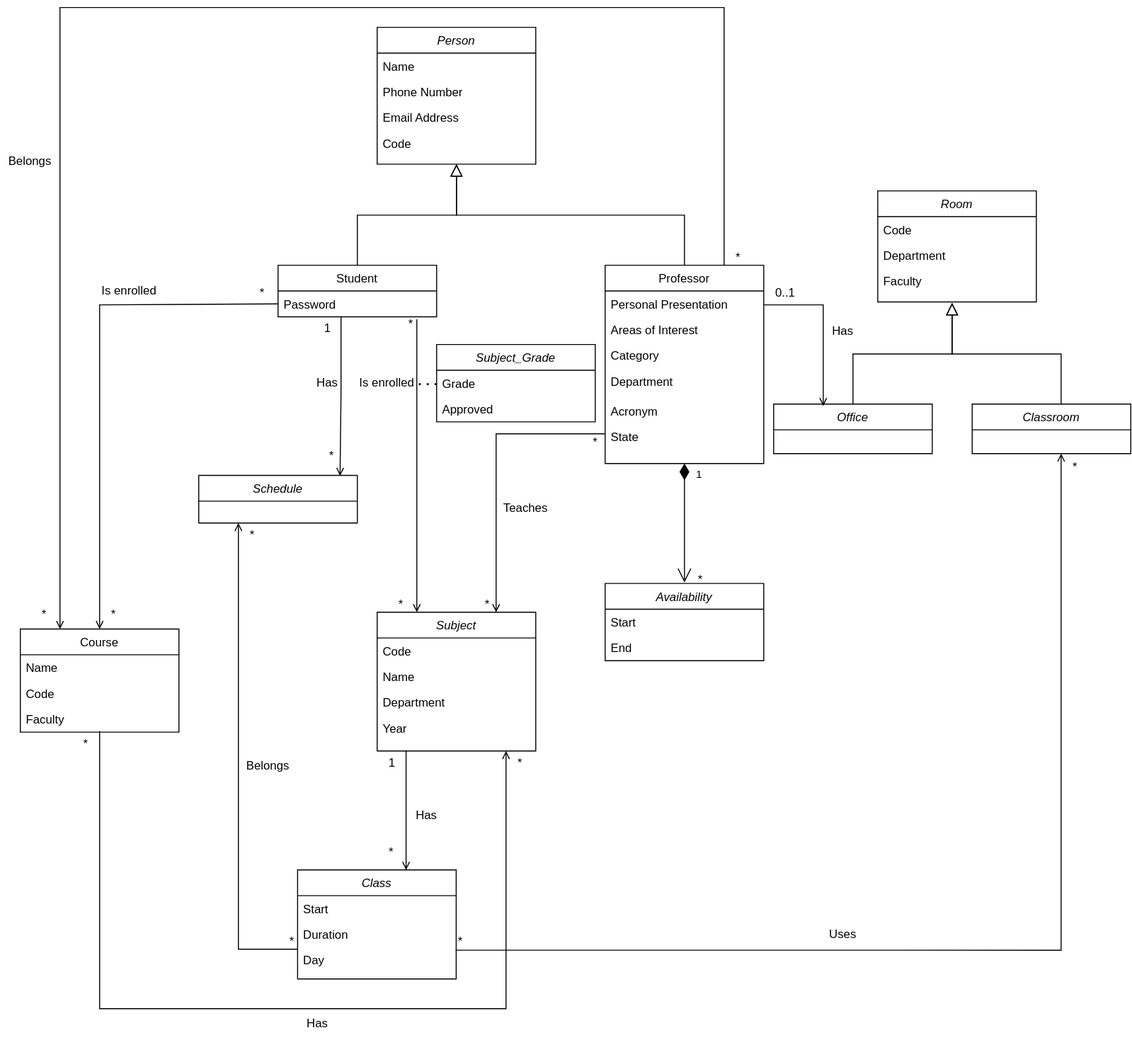
This is docs/diagrams/SigarraIO_UML.svg from LEIC-ES-2021-22/2LEIC15T1, a draw.io export, as it was before one commit. Source tidied: cells renumbered, new cells last; positions are measured from the earlier drawing's top-left corner, leaving out a move shared by most shapes.
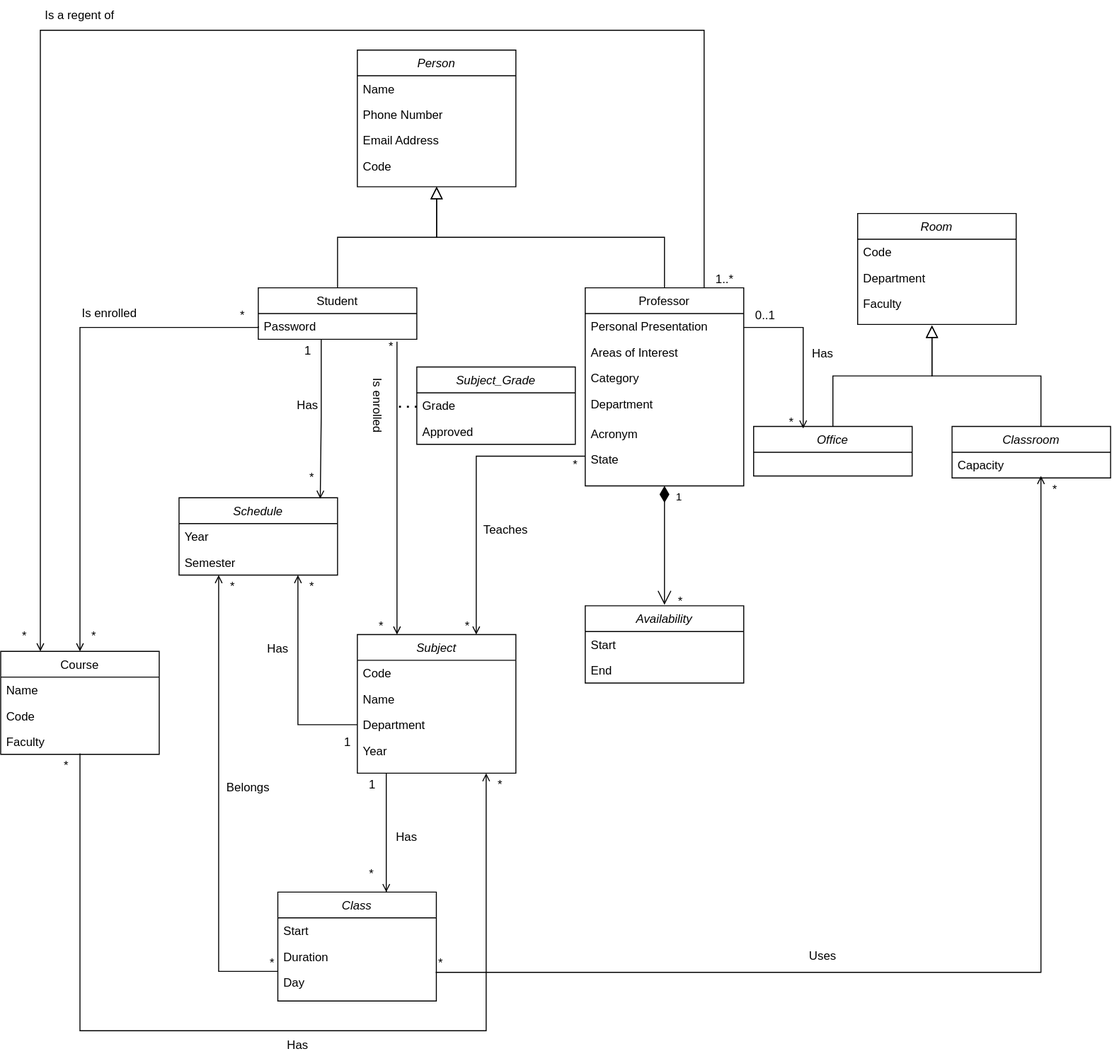
The same file after the commit.

Commit message:
finished uml class description

What changed in the source:
```diff
@@ -118,8 +118,11 @@
       <mxGeometry y="52" width="160" height="26" as="geometry" />
     </mxCell>
     <mxCell id="35" value="Classroom&#10;&#10;" style="swimlane;fontStyle=2;align=center;verticalAlign=top;horizontal=1;startSize=26;rounded=0;shadow=0;strokeWidth=1;" parent="1" vertex="1">
-      <mxGeometry x="1010.3" y="420" width="160" height="50" as="geometry" />
+      <mxGeometry x="1010.3" y="420" width="160" height="52" as="geometry" />
     </mxCell>
+    <mxCell id="92" value="Capacity" style="text;align=left;verticalAlign=top;spacingLeft=4;spacingRight=4;overflow=hidden;" parent="35" vertex="1">
+      <mxGeometry y="26" width="160" height="26" as="geometry" />
+    </mxCell>
     <mxCell id="36" style="align=left;verticalAlign=bottom;labelBackgroundColor=none;fontSize=12;" parent="1" vertex="1">
       <mxGeometry x="1040.3" y="410" as="geometry" />
     </mxCell>
@@ -189,7 +192,7 @@
     </mxCell>
     <mxCell id="51" value="*" style="align=left;verticalAlign=bottom;labelBackgroundColor=none;fontSize=12;" parent="50" vertex="1">
       <mxGeometry x="-1" relative="1" as="geometry">
-        <mxPoint x="-30" y="241" as="offset" />
+        <mxPoint x="-30" y="271" as="offset" />
       </mxGeometry>
     </mxCell>
     <mxCell id="52" value="1" style="align=left;verticalAlign=bottom;labelBackgroundColor=none;fontSize=12;" parent="1" vertex="1">
@@ -280,12 +283,18 @@
     <mxCell id="72" value="Has" style="text;html=1;strokeColor=none;fillColor=none;align=center;verticalAlign=middle;whiteSpace=wrap;rounded=0;" parent="1" vertex="1">
       <mxGeometry x="330" y="384" width="60" height="30" as="geometry" />
     </mxCell>
-    <mxCell id="73" value="Is enrolled" style="text;html=1;strokeColor=none;fillColor=none;align=center;verticalAlign=middle;whiteSpace=wrap;rounded=0;" parent="1" vertex="1">
-      <mxGeometry x="390" y="384" width="60" height="30" as="geometry" />
+    <mxCell id="73" value="Is enrolled" style="text;html=1;strokeColor=none;fillColor=none;align=center;verticalAlign=middle;whiteSpace=wrap;rounded=0;rotation=90;" parent="1" vertex="1">
+      <mxGeometry x="400" y="384" width="60" height="30" as="geometry" />
     </mxCell>
     <mxCell id="74" value="Schedule&#10;" style="swimlane;fontStyle=2;align=center;verticalAlign=top;horizontal=1;startSize=26;rounded=0;shadow=0;strokeWidth=1;" parent="1" vertex="1">
-      <mxGeometry x="230" y="492" width="160" height="48" as="geometry" />
+      <mxGeometry x="230" y="492" width="160" height="78" as="geometry" />
     </mxCell>
+    <mxCell id="93" value="Year" style="text;align=left;verticalAlign=top;spacingLeft=4;spacingRight=4;overflow=hidden;" parent="74" vertex="1">
+      <mxGeometry y="26" width="160" height="26" as="geometry" />
+    </mxCell>
+    <mxCell id="94" value="Semester" style="text;align=left;verticalAlign=top;spacingLeft=4;spacingRight=4;overflow=hidden;" parent="74" vertex="1">
+      <mxGeometry y="52" width="160" height="26" as="geometry" />
+    </mxCell>
     <mxCell id="75" style="endArrow=open;shadow=0;strokeWidth=1;rounded=0;endFill=1;edgeStyle=elbowEdgeStyle;elbow=vertical;exitX=0.397;exitY=0.993;exitDx=0;exitDy=0;exitPerimeter=0;entryX=0.891;entryY=0.011;entryDx=0;entryDy=0;entryPerimeter=0;" parent="1" edge="1" source="8" target="74">
       <mxGeometry x="0.5" y="41" relative="1" as="geometry">
         <Array as="points">
@@ -334,7 +343,7 @@
     <mxCell id="82" value="*" style="align=left;verticalAlign=bottom;labelBackgroundColor=none;fontSize=12;" parent="1" vertex="1">
       <mxGeometry x="70" y="640" as="geometry" />
     </mxCell>
-    <mxCell id="83" value="*" style="align=left;verticalAlign=bottom;labelBackgroundColor=none;fontSize=12;" parent="1" vertex="1">
+    <mxCell id="83" value="1..*" style="align=left;verticalAlign=bottom;labelBackgroundColor=none;fontSize=12;" parent="1" vertex="1">
       <mxGeometry x="770" y="280" as="geometry" />
     </mxCell>
     <mxCell id="84" value="*" style="align=left;verticalAlign=bottom;labelBackgroundColor=none;fontSize=12;" parent="1" vertex="1">
@@ -343,8 +352,8 @@
     <mxCell id="85" value="Has" style="text;html=1;strokeColor=none;fillColor=none;align=center;verticalAlign=middle;whiteSpace=wrap;rounded=0;" parent="1" vertex="1">
       <mxGeometry x="320" y="1030" width="60" height="30" as="geometry" />
     </mxCell>
-    <mxCell id="86" value="Belongs" style="text;html=1;strokeColor=none;fillColor=none;align=center;verticalAlign=middle;whiteSpace=wrap;rounded=0;" parent="1" vertex="1">
-      <mxGeometry x="30" y="160" width="60" height="30" as="geometry" />
+    <mxCell id="86" value="Is a regent of" style="text;html=1;strokeColor=none;fillColor=none;align=center;verticalAlign=middle;whiteSpace=wrap;rounded=0;rotation=0;" parent="1" vertex="1">
+      <mxGeometry x="90" y="-10" width="80" height="30" as="geometry" />
     </mxCell>
     <mxCell id="87" value="Has" style="text;html=1;strokeColor=none;fillColor=none;align=center;verticalAlign=middle;whiteSpace=wrap;rounded=0;" parent="1" vertex="1">
       <mxGeometry x="850" y="332" width="60" height="30" as="geometry" />
@@ -375,5 +384,26 @@
         <mxPoint x="172" y="-205" as="offset" />
       </mxGeometry>
     </mxCell>
+    <mxCell id="95" value="*" style="align=left;verticalAlign=bottom;labelBackgroundColor=none;fontSize=12;" parent="1" vertex="1">
+      <mxGeometry x="844" y="424" as="geometry" />
+    </mxCell>
+    <mxCell id="96" style="endArrow=open;html=1;rounded=0;entryX=0.75;entryY=1;entryDx=0;entryDy=0;exitX=0;exitY=0.5;exitDx=0;exitDy=0;endFill=0;" parent="1" edge="1" source="21" target="74">
+      <mxGeometry relative="1" as="geometry">
+        <Array as="points">
+          <mxPoint x="350" y="721" />
+        </Array>
+      </mxGeometry>
+    </mxCell>
+    <mxCell id="97" value="*" style="align=left;verticalAlign=bottom;labelBackgroundColor=none;fontSize=12;" parent="1" vertex="1">
+      <mxGeometry x="360" y="590" as="geometry" />
+    </mxCell>
+    <mxCell id="98" value="1" style="align=left;verticalAlign=bottom;labelBackgroundColor=none;fontSize=12;" parent="1" vertex="1">
+      <mxGeometry x="390" y="740" as="geometry">
+        <mxPoint x="5" y="7" as="offset" />
+      </mxGeometry>
+    </mxCell>
+    <mxCell id="99" value="Has" style="text;html=1;strokeColor=none;fillColor=none;align=center;verticalAlign=middle;whiteSpace=wrap;rounded=0;rotation=0;" parent="1" vertex="1">
+      <mxGeometry x="300" y="630" width="60" height="30" as="geometry" />
+    </mxCell>
   </root>
 </mxGraphModel>
```
